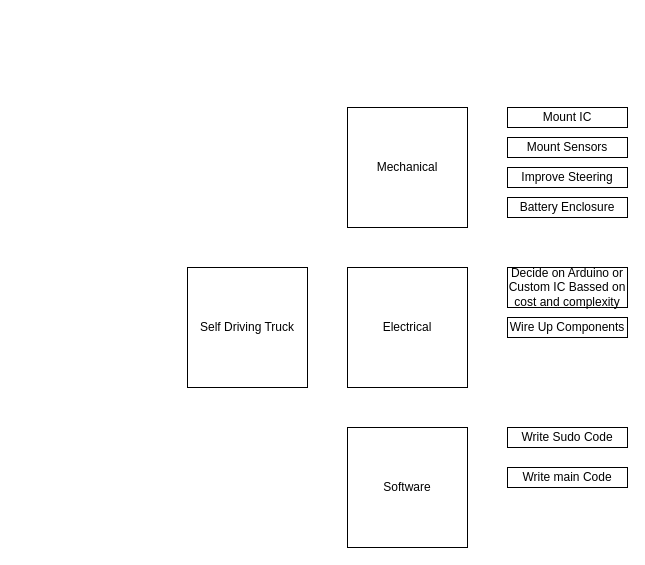
This is Self_Driving_Truck.drawio from usernamesareusless/Truck, a draw.io file, before an edit. Source tidied: cells renumbered, new cells numbered last; positions are measured from the earlier drawing's top-left corner, leaving out a move shared by most shapes. Both pictures are drawn from the tidied source at 100%, with x=0, y=0 at pixel (187, 107).
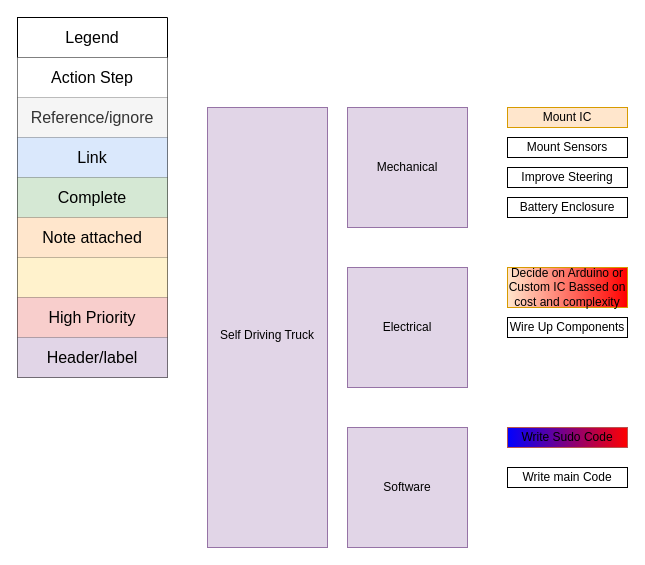
The same diagram, later.

Commit message:
Updated Color Scheme

What changed in the source:
```diff
@@
-    <mxCell id="2" value="Self Driving Truck" style="whiteSpace=wrap;html=1;" parent="1" vertex="1">
-      <mxGeometry y="160" width="120" height="120" as="geometry" />
-    </mxCell>
-    <mxCell id="3" value="Mechanical" style="whiteSpace=wrap;html=1;" parent="1" vertex="1">
+    <mxCell id="3" value="Mechanical" style="whiteSpace=wrap;html=1;fillColor=#e1d5e7;strokeColor=#9673a6;" parent="1" vertex="1">
       <mxGeometry x="160" width="120" height="120" as="geometry" />
     </mxCell>
-    <mxCell id="4" value="Software" style="whiteSpace=wrap;html=1;" parent="1" vertex="1">
+    <mxCell id="4" value="Software" style="whiteSpace=wrap;html=1;fillColor=#e1d5e7;strokeColor=#9673a6;" parent="1" vertex="1">
       <mxGeometry x="160" y="320" width="120" height="120" as="geometry" />
     </mxCell>
-    <mxCell id="5" value="Electrical" style="whiteSpace=wrap;html=1;" parent="1" vertex="1">
+    <mxCell id="5" value="Electrical" style="whiteSpace=wrap;html=1;fillColor=#e1d5e7;strokeColor=#9673a6;" parent="1" vertex="1">
       <mxGeometry x="160" y="160" width="120" height="120" as="geometry" />
     </mxCell>
-    <mxCell id="6" value="Mount IC" style="rounded=0;whiteSpace=wrap;html=1;" parent="1" vertex="1">
+    <mxCell id="6" value="Mount IC" style="rounded=0;whiteSpace=wrap;html=1;fillColor=#ffe6cc;strokeColor=#d79b00;" parent="1" vertex="1">
       <mxGeometry x="320" width="120" height="20" as="geometry" />
     </mxCell>
@@
-    <mxCell id="9" value="Decide on Arduino or Custom IC Bassed on cost and complexity" style="rounded=0;whiteSpace=wrap;html=1;" parent="1" vertex="1">
+    <mxCell id="9" value="Decide on Arduino or Custom IC Bassed on cost and complexity" style="rounded=0;whiteSpace=wrap;html=1;fillColor=#ffe6cc;strokeColor=#d79b00;gradientColor=#FF0000;gradientDirection=east;" parent="1" vertex="1">
       <mxGeometry x="320" y="160" width="120" height="40" as="geometry" />
     </mxCell>
@@
-    <mxCell id="12" value="Write Sudo Code" style="rounded=0;whiteSpace=wrap;html=1;" parent="1" vertex="1">
+    <mxCell id="12" value="Write Sudo Code" style="rounded=0;whiteSpace=wrap;html=1;fillColor=#0000FF;strokeColor=#b85450;gradientColor=#FF0000;gradientDirection=east;" parent="1" vertex="1">
       <mxGeometry x="320" y="320" width="120" height="20" as="geometry" />
     </mxCell>
@@
+    <mxCell id="14" style="shape=table;startSize=0;childLayout=tableLayout;fontSize=16;" parent="1" vertex="1">
+      <mxGeometry x="-170" y="-90" width="150" height="360" as="geometry" />
+    </mxCell>
+    <mxCell id="15" style="shape=tableRow;horizontal=0;startSize=0;swimlaneHead=0;swimlaneBody=0;strokeColor=inherit;top=0;left=0;bottom=0;right=0;fillColor=none;fontSize=16;" parent="14" vertex="1">
+      <mxGeometry width="150" height="40" as="geometry" />
+    </mxCell>
+    <mxCell id="16" value="Legend" style="shape=partialRectangle;html=1;whiteSpace=wrap;strokeColor=inherit;overflow=hidden;fillColor=none;top=0;left=0;bottom=0;right=0;fontSize=16;" parent="15" vertex="1">
+      <mxGeometry width="150" height="40" as="geometry" />
+    </mxCell>
+    <mxCell id="17" style="shape=tableRow;horizontal=0;startSize=0;swimlaneHead=0;swimlaneBody=0;strokeColor=inherit;top=0;left=0;bottom=0;right=0;fillColor=none;fontSize=16;" parent="14" vertex="1">
+      <mxGeometry y="40" width="150" height="40" as="geometry" />
+    </mxCell>
+    <mxCell id="18" value="Action Step" style="shape=partialRectangle;html=1;whiteSpace=wrap;overflow=hidden;top=0;left=0;bottom=0;right=0;fontSize=16;" parent="17" vertex="1">
+      <mxGeometry width="150" height="40" as="geometry" />
+    </mxCell>
+    <mxCell id="19" style="shape=tableRow;horizontal=0;startSize=0;swimlaneHead=0;swimlaneBody=0;strokeColor=inherit;top=0;left=0;bottom=0;right=0;fillColor=none;fontSize=16;" parent="14" vertex="1">
+      <mxGeometry y="80" width="150" height="40" as="geometry" />
+    </mxCell>
+    <mxCell id="20" value="Reference/ignore" style="shape=partialRectangle;html=1;whiteSpace=wrap;strokeColor=#666666;overflow=hidden;fillColor=#f5f5f5;top=0;left=0;bottom=0;right=0;fontSize=16;fontColor=#333333;" parent="19" vertex="1">
+      <mxGeometry width="150" height="40" as="geometry" />
+    </mxCell>
+    <mxCell id="21" style="shape=tableRow;horizontal=0;startSize=0;swimlaneHead=0;swimlaneBody=0;strokeColor=inherit;top=0;left=0;bottom=0;right=0;fillColor=none;fontSize=16;" parent="14" vertex="1">
+      <mxGeometry y="120" width="150" height="40" as="geometry" />
+    </mxCell>
+    <mxCell id="22" value="Link" style="shape=partialRectangle;html=1;whiteSpace=wrap;strokeColor=#6c8ebf;overflow=hidden;fillColor=#dae8fc;top=0;left=0;bottom=0;right=0;fontSize=16;" parent="21" vertex="1">
+      <mxGeometry width="150" height="40" as="geometry" />
+    </mxCell>
+    <mxCell id="23" style="shape=tableRow;horizontal=0;startSize=0;swimlaneHead=0;swimlaneBody=0;strokeColor=inherit;top=0;left=0;bottom=0;right=0;fillColor=none;fontSize=16;" parent="14" vertex="1">
+      <mxGeometry y="160" width="150" height="40" as="geometry" />
+    </mxCell>
+    <mxCell id="24" value="Complete" style="shape=partialRectangle;html=1;whiteSpace=wrap;strokeColor=#82b366;overflow=hidden;fillColor=#d5e8d4;top=0;left=0;bottom=0;right=0;fontSize=16;" parent="23" vertex="1">
+      <mxGeometry width="150" height="40" as="geometry" />
+    </mxCell>
+    <mxCell id="25" style="shape=tableRow;horizontal=0;startSize=0;swimlaneHead=0;swimlaneBody=0;strokeColor=inherit;top=0;left=0;bottom=0;right=0;fillColor=none;fontSize=16;" parent="14" vertex="1">
+      <mxGeometry y="200" width="150" height="40" as="geometry" />
+    </mxCell>
+    <mxCell id="26" value="Note attached" style="shape=partialRectangle;html=1;whiteSpace=wrap;strokeColor=#d79b00;overflow=hidden;fillColor=#ffe6cc;top=0;left=0;bottom=0;right=0;fontSize=16;" parent="25" vertex="1">
+      <mxGeometry width="150" height="40" as="geometry" />
+    </mxCell>
+    <mxCell id="27" style="shape=tableRow;horizontal=0;startSize=0;swimlaneHead=0;swimlaneBody=0;strokeColor=inherit;top=0;left=0;bottom=0;right=0;fillColor=none;fontSize=16;" parent="14" vertex="1">
+      <mxGeometry y="240" width="150" height="40" as="geometry" />
+    </mxCell>
+    <mxCell id="28" style="shape=partialRectangle;html=1;whiteSpace=wrap;strokeColor=#d6b656;overflow=hidden;fillColor=#fff2cc;top=0;left=0;bottom=0;right=0;fontSize=16;" parent="27" vertex="1">
+      <mxGeometry width="150" height="40" as="geometry" />
+    </mxCell>
+    <mxCell id="29" style="shape=tableRow;horizontal=0;startSize=0;swimlaneHead=0;swimlaneBody=0;strokeColor=inherit;top=0;left=0;bottom=0;right=0;fillColor=none;fontSize=16;" parent="14" vertex="1">
+      <mxGeometry y="280" width="150" height="40" as="geometry" />
+    </mxCell>
+    <mxCell id="30" value="High Priority" style="shape=partialRectangle;html=1;whiteSpace=wrap;strokeColor=#b85450;overflow=hidden;fillColor=#f8cecc;top=0;left=0;bottom=0;right=0;fontSize=16;" parent="29" vertex="1">
+      <mxGeometry width="150" height="40" as="geometry" />
+    </mxCell>
+    <mxCell id="31" style="shape=tableRow;horizontal=0;startSize=0;swimlaneHead=0;swimlaneBody=0;strokeColor=inherit;top=0;left=0;bottom=0;right=0;fillColor=none;fontSize=16;" parent="14" vertex="1">
+      <mxGeometry y="320" width="150" height="40" as="geometry" />
+    </mxCell>
+    <mxCell id="32" value="Header/label" style="shape=partialRectangle;html=1;whiteSpace=wrap;strokeColor=#9673a6;overflow=hidden;fillColor=#e1d5e7;top=0;left=0;bottom=0;right=0;fontSize=16;" parent="31" vertex="1">
+      <mxGeometry width="150" height="40" as="geometry" />
+    </mxCell>
+    <mxCell id="2" value="&lt;br style=&quot;border-color: var(--border-color);&quot;&gt;Self Driving Truck" style="rounded=0;whiteSpace=wrap;html=1;fillColor=#e1d5e7;strokeColor=#9673a6;" parent="1" vertex="1">
+      <mxGeometry x="20" width="120" height="440" as="geometry" />
+    </mxCell>
```
